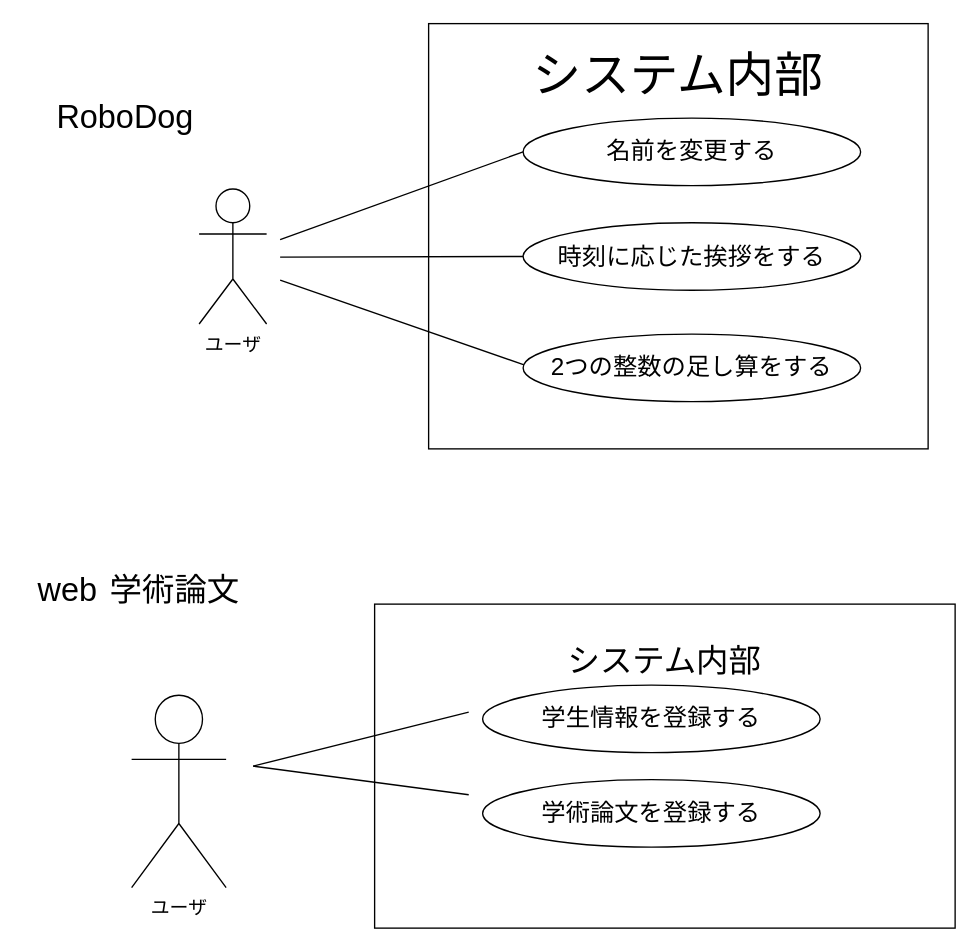
The draw.io diagram 06_robo_dog/usecase.drawio in ogatasyuto/ohara_uml, before the edit. Source tidied: cells renumbered, new cells numbered last; positions are measured from the earlier drawing's top-left corner, leaving out a move shared by most shapes. Both pictures are drawn from the tidied source at 135%, with x=0, y=0 at pixel (23, 23).
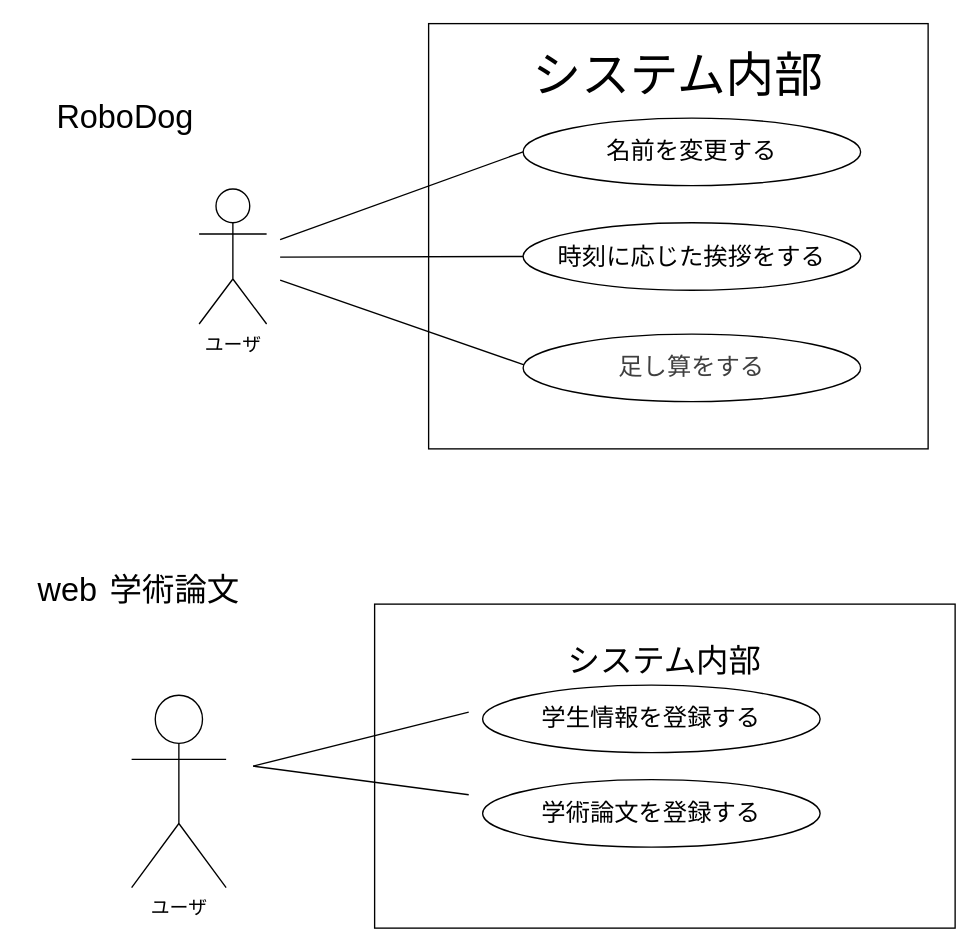
After the change.

What changed in the source:
```diff
@@
-    <mxCell id="8" value="&lt;span style=&quot;font-size: 18px;&quot;&gt;2つの整数の足し算をする&lt;/span&gt;" style="ellipse;whiteSpace=wrap;html=1;" parent="1" vertex="1">
+    <mxCell id="8" value="&lt;span style=&quot;color: rgb(63, 63, 63); font-size: 18px; background-color: transparent;&quot;&gt;足し算をする&lt;/span&gt;" style="ellipse;whiteSpace=wrap;html=1;" parent="1" vertex="1">
       <mxGeometry x="370" y="230" width="250" height="50" as="geometry" />
     </mxCell>
```
